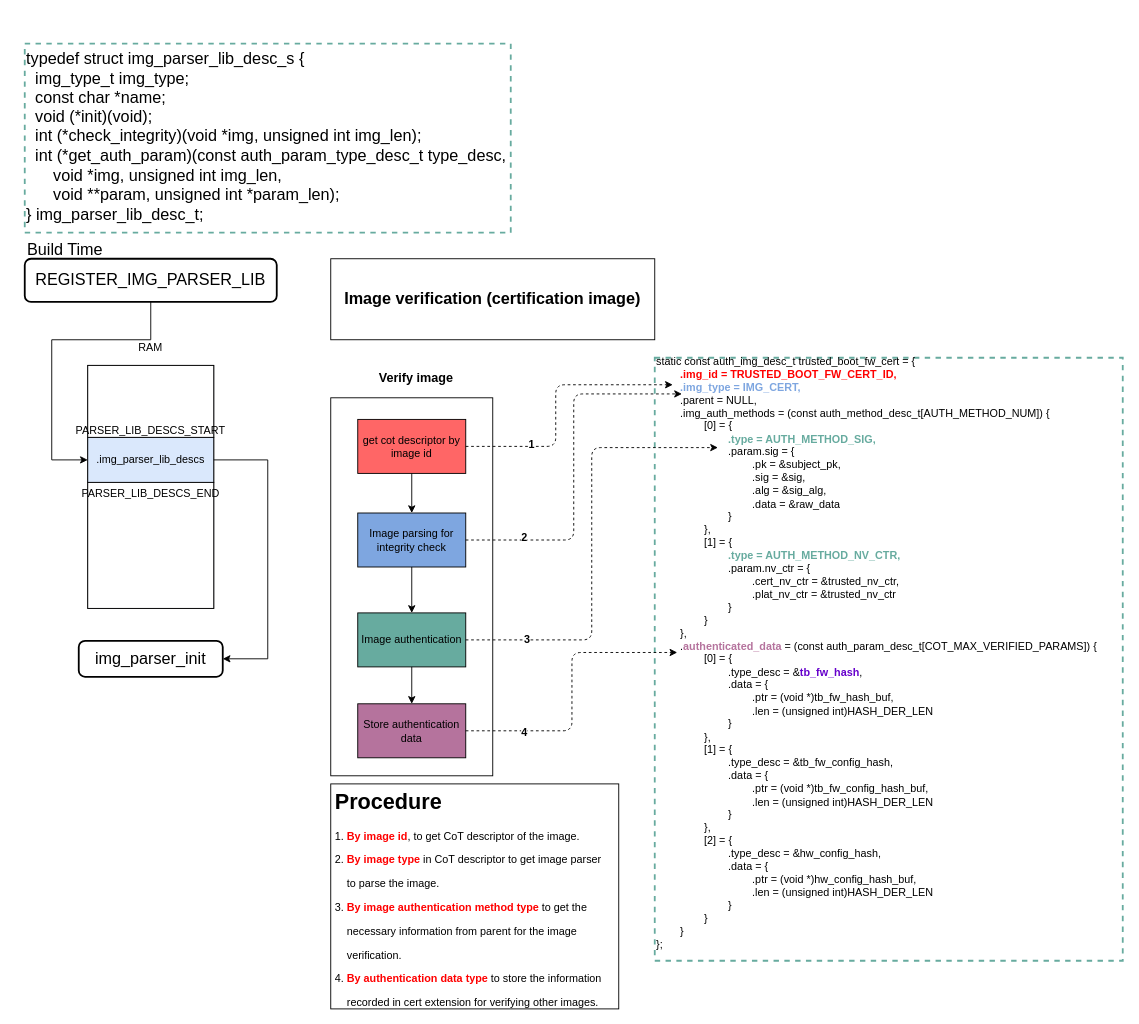
Earlier version of the draw.io diagram page "REGISTER_IMG_PARSER_LIB" (4 of 7) of mbedx509_parser.drawio (daichin/secureboot). Source tidied: cells renumbered, new cells numbered last; positions are measured from the earlier drawing's top-left corner, leaving out a move shared by most shapes. Both pictures are drawn from the tidied source at 90%, with x=0, y=0 at pixel (15, 43).
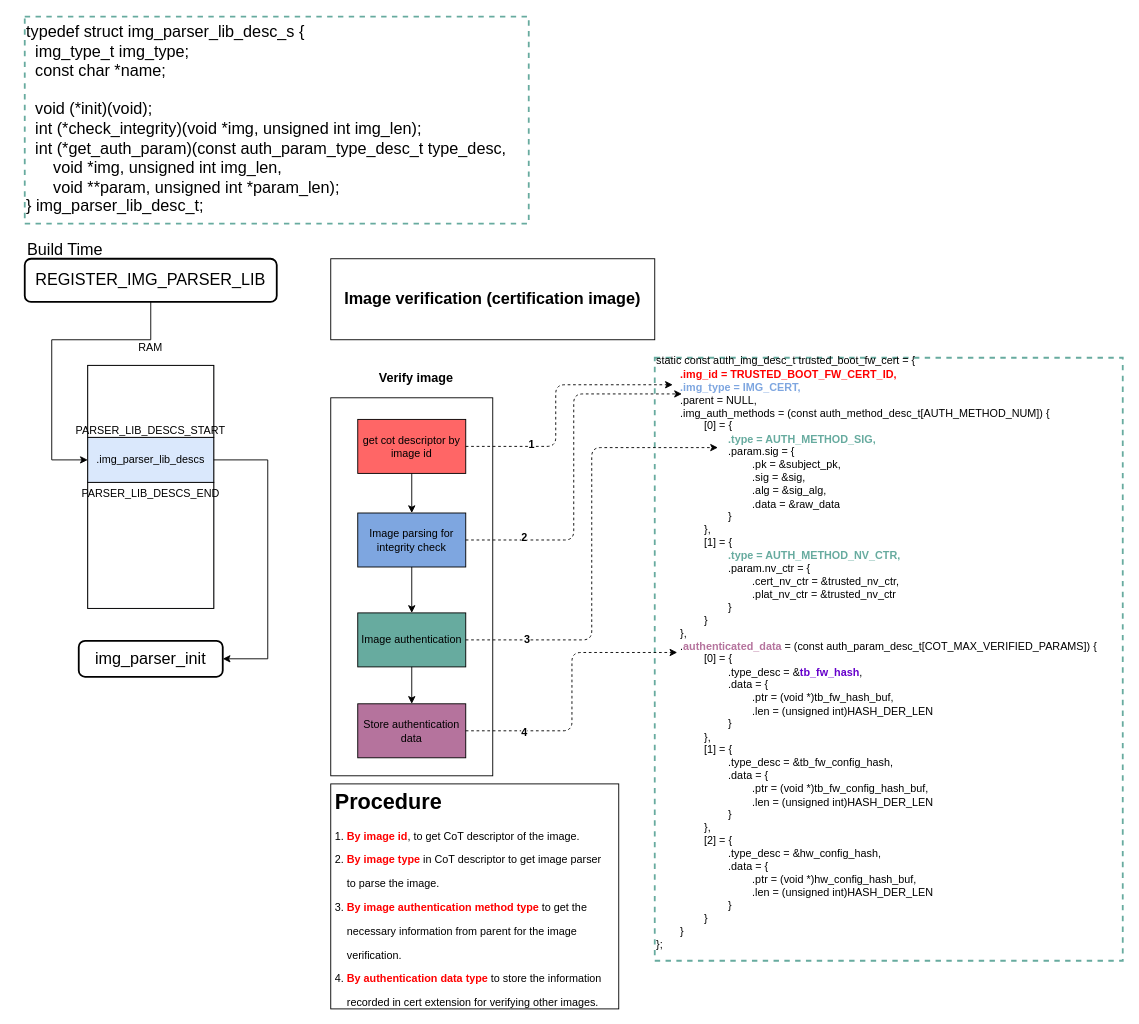
After the change.

What changed in the source:
```diff
@@
-    <mxCell id="35" value="&lt;div&gt;&lt;font style=&quot;font-size: 18px&quot;&gt;typedef struct img_parser_lib_desc_s {&lt;/font&gt;&lt;/div&gt;&lt;div&gt;&lt;font style=&quot;font-size: 18px&quot;&gt;&amp;nbsp; img_type_t img_type;&lt;/font&gt;&lt;/div&gt;&lt;div&gt;&lt;font style=&quot;font-size: 18px&quot;&gt;&amp;nbsp; const char *name;&lt;/font&gt;&lt;/div&gt;&lt;div&gt;&lt;span style=&quot;font-size: 18px&quot;&gt;&amp;nbsp; void (*init)(void);&lt;/span&gt;&lt;br&gt;&lt;/div&gt;&lt;div&gt;&lt;font style=&quot;font-size: 18px&quot;&gt;&amp;nbsp; int (*check_integrity)(void *img, unsigned int img_len);&lt;/font&gt;&lt;/div&gt;&lt;div&gt;&lt;font style=&quot;font-size: 18px&quot;&gt;&amp;nbsp; int (*get_auth_param)(const auth_param_type_desc_t type_desc,&lt;/font&gt;&lt;/div&gt;&lt;div&gt;&lt;font style=&quot;font-size: 18px&quot;&gt;&amp;nbsp; &amp;nbsp; &amp;nbsp; void *img, unsigned int img_len,&lt;/font&gt;&lt;/div&gt;&lt;div&gt;&lt;font style=&quot;font-size: 18px&quot;&gt;&amp;nbsp; &amp;nbsp; &amp;nbsp; void **param, unsigned int *param_len);&lt;/font&gt;&lt;/div&gt;&lt;div&gt;&lt;font style=&quot;font-size: 18px&quot;&gt;} img_parser_lib_desc_t;&lt;/font&gt;&lt;/div&gt;&lt;div&gt;&lt;br&gt;&lt;br style=&quot;font-size: 18px&quot;&gt;&lt;/div&gt;" style="rounded=0;whiteSpace=wrap;html=1;align=left;dashed=1;strokeColor=#67AB9F;strokeWidth=2;verticalAlign=top;" parent="1" vertex="1">
-      <mxGeometry x="10" width="540" height="210" as="geometry" />
+    <mxCell id="35" value="&lt;div&gt;&lt;font style=&quot;font-size: 18px&quot;&gt;typedef struct img_parser_lib_desc_s {&lt;/font&gt;&lt;/div&gt;&lt;div&gt;&lt;font style=&quot;font-size: 18px&quot;&gt;&amp;nbsp; img_type_t img_type;&lt;/font&gt;&lt;/div&gt;&lt;div&gt;&lt;font style=&quot;font-size: 18px&quot;&gt;&amp;nbsp; const char *name;&lt;/font&gt;&lt;/div&gt;&lt;div&gt;&lt;font style=&quot;font-size: 18px&quot;&gt;&lt;br&gt;&lt;/font&gt;&lt;/div&gt;&lt;div&gt;&lt;span style=&quot;font-size: 18px&quot;&gt;&amp;nbsp; void (*init)(void);&lt;/span&gt;&lt;br&gt;&lt;/div&gt;&lt;div&gt;&lt;font style=&quot;font-size: 18px&quot;&gt;&amp;nbsp; int (*check_integrity)(void *img, unsigned int img_len);&lt;/font&gt;&lt;/div&gt;&lt;div&gt;&lt;font style=&quot;font-size: 18px&quot;&gt;&amp;nbsp; int (*get_auth_param)(const auth_param_type_desc_t type_desc,&lt;/font&gt;&lt;/div&gt;&lt;div&gt;&lt;font style=&quot;font-size: 18px&quot;&gt;&amp;nbsp; &amp;nbsp; &amp;nbsp; void *img, unsigned int img_len,&lt;/font&gt;&lt;/div&gt;&lt;div&gt;&lt;font style=&quot;font-size: 18px&quot;&gt;&amp;nbsp; &amp;nbsp; &amp;nbsp; void **param, unsigned int *param_len);&lt;/font&gt;&lt;/div&gt;&lt;div&gt;&lt;font style=&quot;font-size: 18px&quot;&gt;} img_parser_lib_desc_t;&lt;/font&gt;&lt;/div&gt;&lt;div&gt;&lt;br&gt;&lt;br style=&quot;font-size: 18px&quot;&gt;&lt;/div&gt;" style="rounded=0;whiteSpace=wrap;html=1;align=left;dashed=1;strokeColor=#67AB9F;strokeWidth=2;verticalAlign=top;" parent="1" vertex="1">
+      <mxGeometry x="10" y="-30" width="560" height="230" as="geometry" />
     </mxCell>
```
